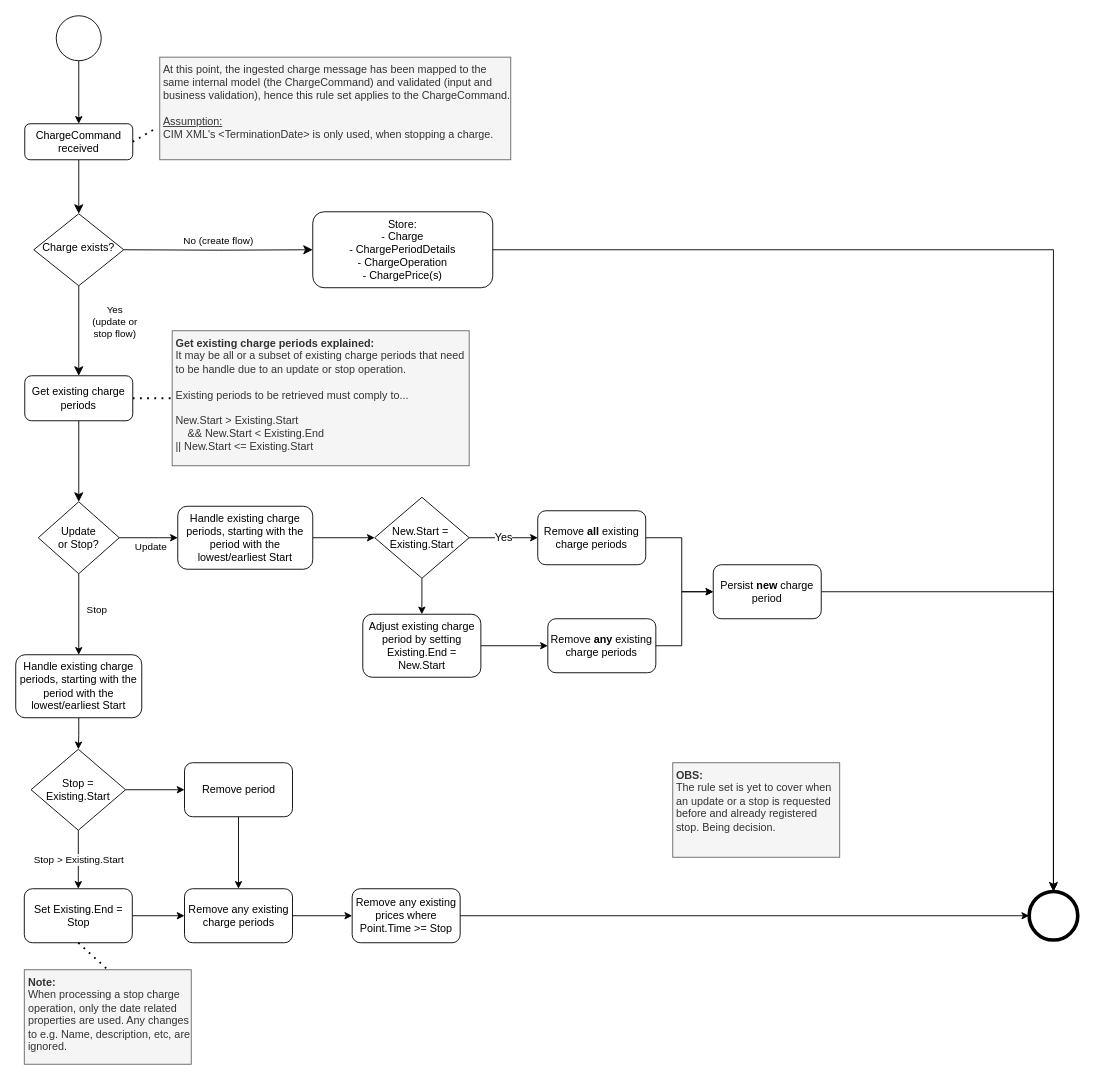
Above: page "Ruleset_v2" (1 of 2) of docs/process-flows/images/PersistingChargesRuleSet_ProcessFlow.drawio in Energinet-DataHub/ARCHIVED-geh-charges (draw.io), before the change. Source tidied: cells renumbered, new cells numbered last; positions are measured from the earlier drawing's top-left corner, leaving out a move shared by most shapes. Both pictures are drawn from the tidied source at 90%, with x=0, y=0 at pixel (15, 15).
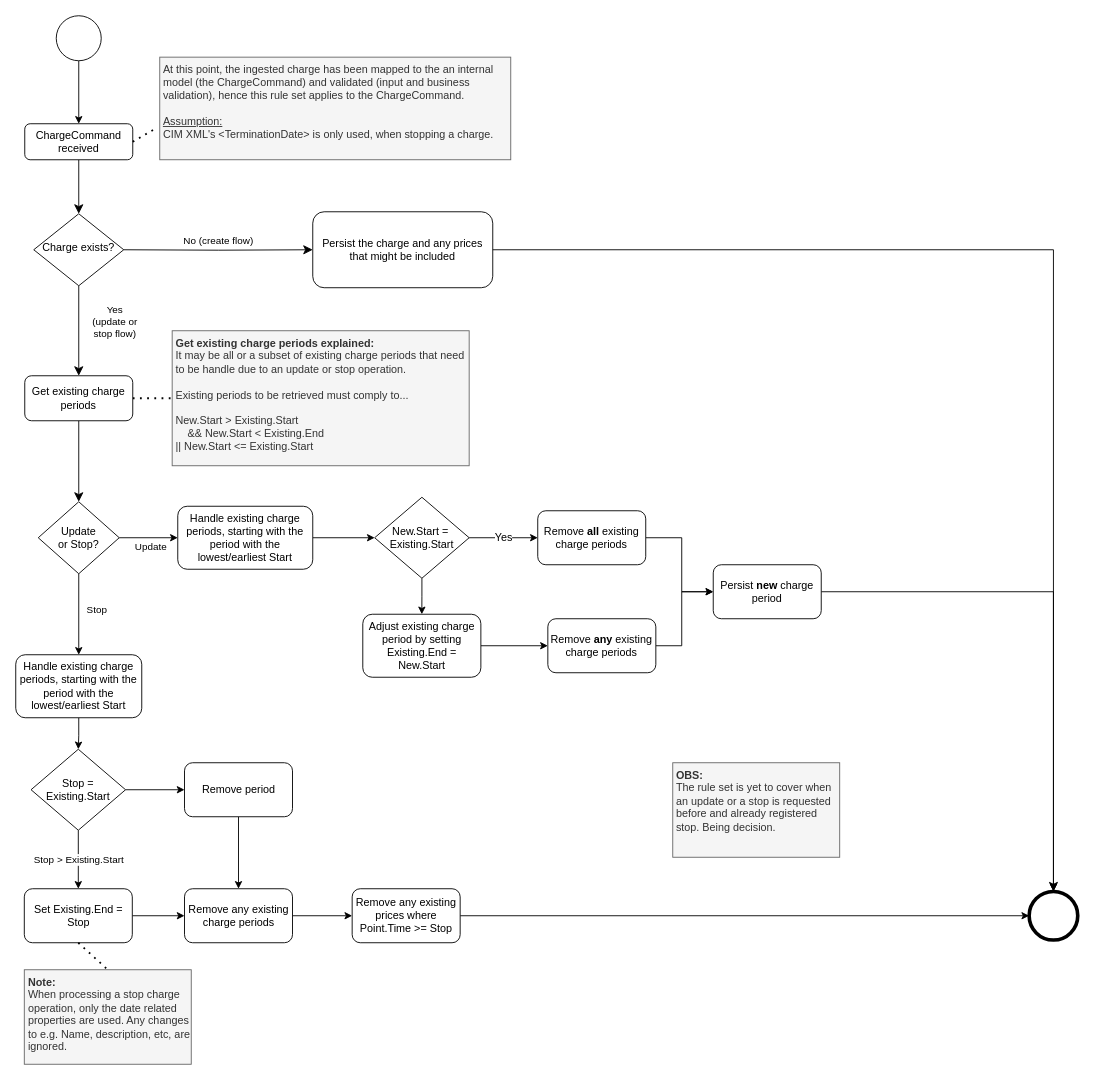
The same page after the edit.

The edit, as a diff of the source:
```diff
@@
-    <mxCell id="12" value="Store:&lt;br&gt;- Charge&lt;br&gt;- ChargePeriodDetails&lt;br&gt;- ChargeOperation&lt;br&gt;- ChargePrice(s)" style="rounded=1;whiteSpace=wrap;html=1;fontSize=12;glass=0;strokeWidth=1;shadow=0;" parent="1" vertex="1">
+    <mxCell id="12" value="Persist the charge and any prices that might be included" style="rounded=1;whiteSpace=wrap;html=1;fontSize=12;glass=0;strokeWidth=1;shadow=0;" parent="1" vertex="1">
       <mxGeometry x="330" y="217.8" width="200" height="84.4" as="geometry" />
     </mxCell>
@@
-    <mxCell id="14" value="At this point, the ingested charge message has been mapped to the same internal model (the ChargeCommand) and validated (input and business validation), hence this rule set applies to the ChargeCommand.&lt;br&gt;&lt;br&gt;&lt;u&gt;Assumption:&lt;/u&gt;&lt;br&gt;CIM XML's &amp;lt;TerminationDate&amp;gt; is only used, when stopping a charge.&amp;nbsp;" style="text;html=1;strokeColor=#666666;fillColor=#f5f5f5;align=left;verticalAlign=top;whiteSpace=wrap;rounded=0;fontColor=#333333;perimeterSpacing=0;spacingTop=0;spacingLeft=2;spacingBottom=2;" parent="1" vertex="1">
+    <mxCell id="14" value="At this point, the ingested charge has been mapped to the an internal model (the ChargeCommand) and validated (input and business validation), hence this rule set applies to the ChargeCommand.&lt;br&gt;&lt;br&gt;&lt;u&gt;Assumption:&lt;/u&gt;&lt;br&gt;CIM XML's &amp;lt;TerminationDate&amp;gt; is only used, when stopping a charge.&amp;nbsp;" style="text;html=1;strokeColor=#666666;fillColor=#f5f5f5;align=left;verticalAlign=top;whiteSpace=wrap;rounded=0;fontColor=#333333;perimeterSpacing=0;spacingTop=0;spacingLeft=2;spacingBottom=2;" parent="1" vertex="1">
       <mxGeometry x="160" y="46" width="390" height="114" as="geometry" />
     </mxCell>
```
